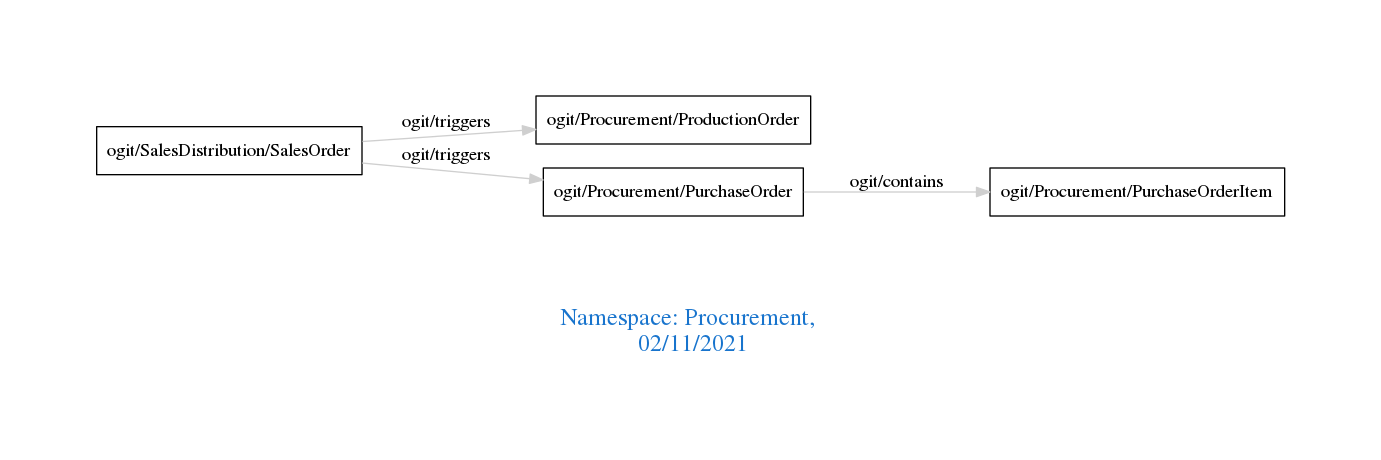
Earlier version of the Graphviz export downloads/Procurement.png (arago/OGIT). Its source is kept beside it as downloads/Procurement.dot.
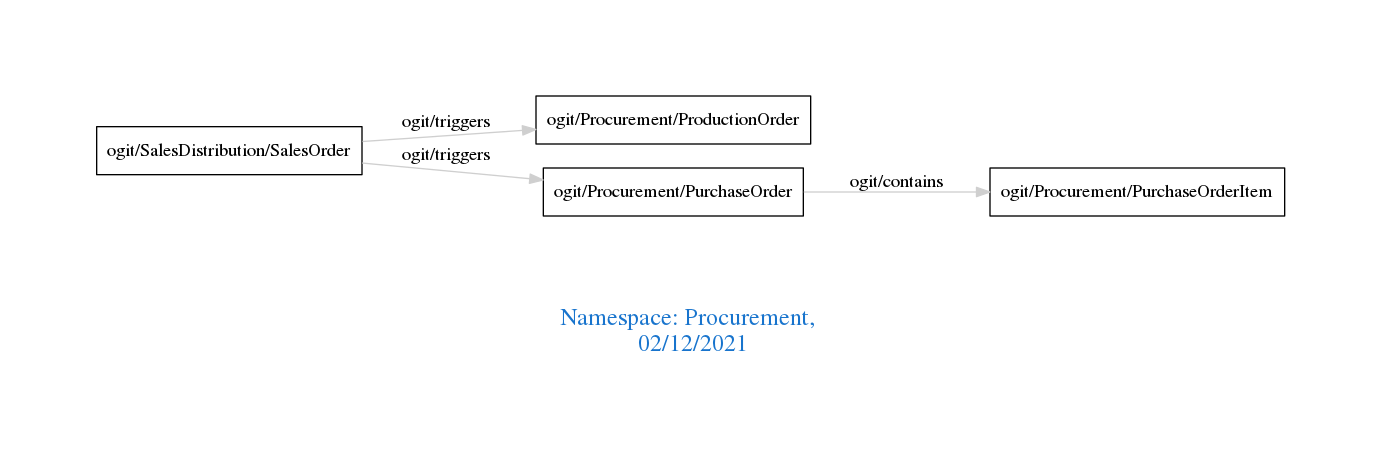
After the change.

The edit, as a diff of the source:
```diff
@@ -1,7 +1,7 @@
 digraph OGIT_ontology {
  graph [ rankdir= LR,pad=1
 fontsize = 18,
-fontcolor= dodgerblue3,label = "\n\n\nNamespace: Procurement, \n 02/11/2021"];
+fontcolor= dodgerblue3,label = "\n\n\nNamespace: Procurement, \n 02/12/2021"];
 node[shape=polygon];
 edge [  color="gray81"];
 
```
